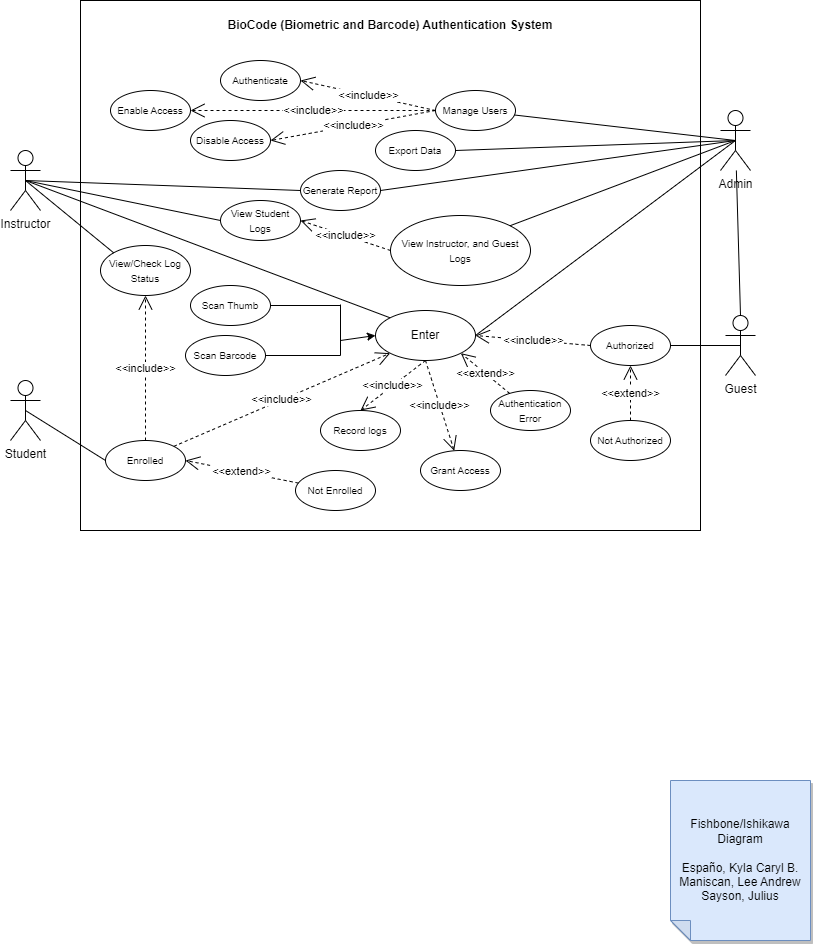
The draw.io diagram UseCaseDiagram.drawio.png in kaisunoo/Acads, before a commit. Source tidied: cells renumbered, new cells last; positions are measured from the earlier drawing's top-left corner, leaving out a move shared by most shapes.
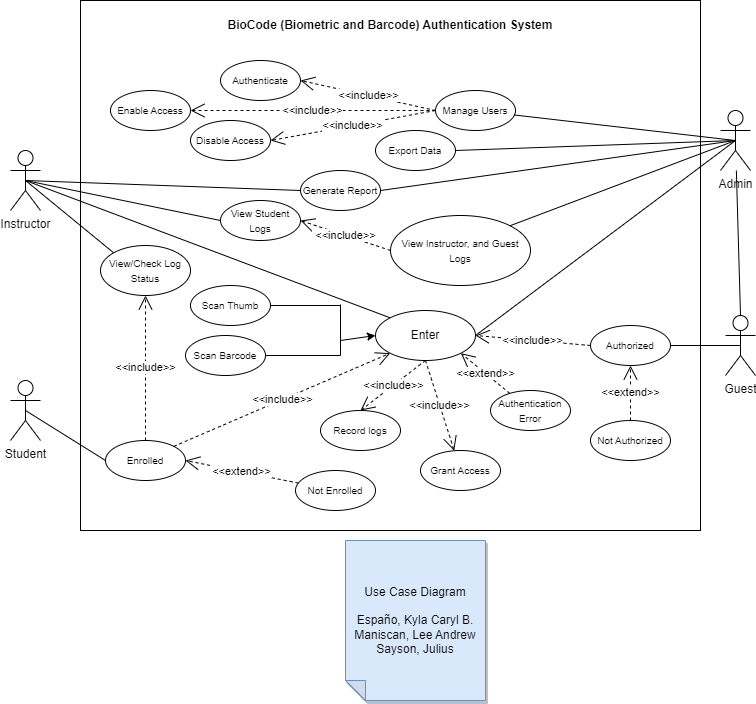
The same file after the commit.

The edit, as a diff of the source:
```diff
@@ -71,8 +71,8 @@
     <mxCell id="21" value="&amp;lt;&amp;lt;include&amp;gt;&amp;gt;" style="endArrow=open;endSize=12;dashed=1;html=1;rounded=0;exitX=0.5;exitY=1;exitDx=0;exitDy=0;" parent="1" edge="1" source="7" target="20">
       <mxGeometry relative="1" as="geometry" />
     </mxCell>
-    <mxCell id="22" value="Fishbone/Ishikawa Diagram&lt;br&gt;&lt;br&gt;Españo, Kyla Caryl B.&lt;br&gt;Maniscan, Lee Andrew&lt;br&gt;Sayson, Julius" style="shape=note;whiteSpace=wrap;html=1;backgroundOutline=1;darkOpacity=0.05;fillColor=#dae8fc;strokeColor=#6c8ebf;fillStyle=solid;direction=west;gradientDirection=north;shadow=1;size=20;" parent="1" vertex="1">
-      <mxGeometry x="660" y="780" width="140" height="160" as="geometry" />
+    <mxCell id="22" value="Use Case Diagram&lt;br&gt;&lt;br&gt;Españo, Kyla Caryl B.&lt;br&gt;Maniscan, Lee Andrew&lt;br&gt;Sayson, Julius" style="shape=note;whiteSpace=wrap;html=1;backgroundOutline=1;darkOpacity=0.05;fillColor=#dae8fc;strokeColor=#6c8ebf;fillStyle=solid;direction=west;gradientDirection=north;shadow=1;size=20;" parent="1" vertex="1">
+      <mxGeometry x="335" y="540" width="140" height="160" as="geometry" />
     </mxCell>
     <mxCell id="23" value="&amp;lt;&amp;lt;include&amp;gt;&amp;gt;" style="endArrow=open;endSize=12;dashed=1;html=1;rounded=0;entryX=0.5;entryY=0;entryDx=0;entryDy=0;exitX=0.5;exitY=1;exitDx=0;exitDy=0;" parent="1" edge="1" source="7" target="14">
       <mxGeometry relative="1" as="geometry" />
```
